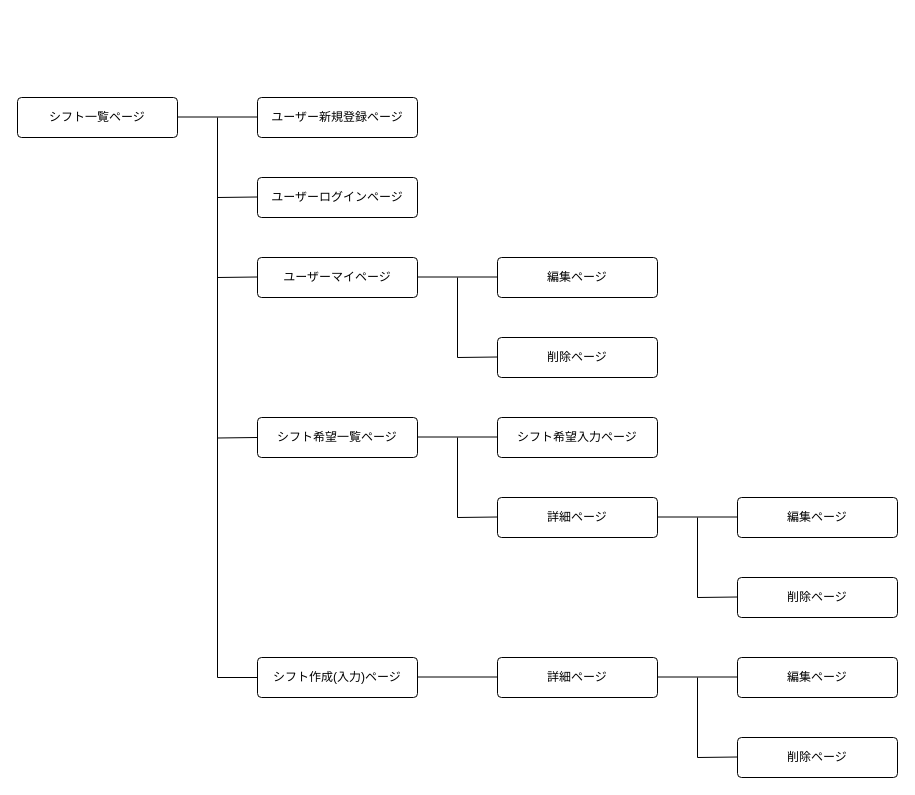
graphite01/waps keeps this draw.io diagram as waps_画面遷移図.dio. Above is the earlier version. Source tidied: cells renumbered, new cells numbered last; positions are measured from the earlier drawing's top-left corner, leaving out a move shared by most shapes. Both pictures are drawn from the tidied source at 100%, with x=0, y=0 at pixel (17, 97).
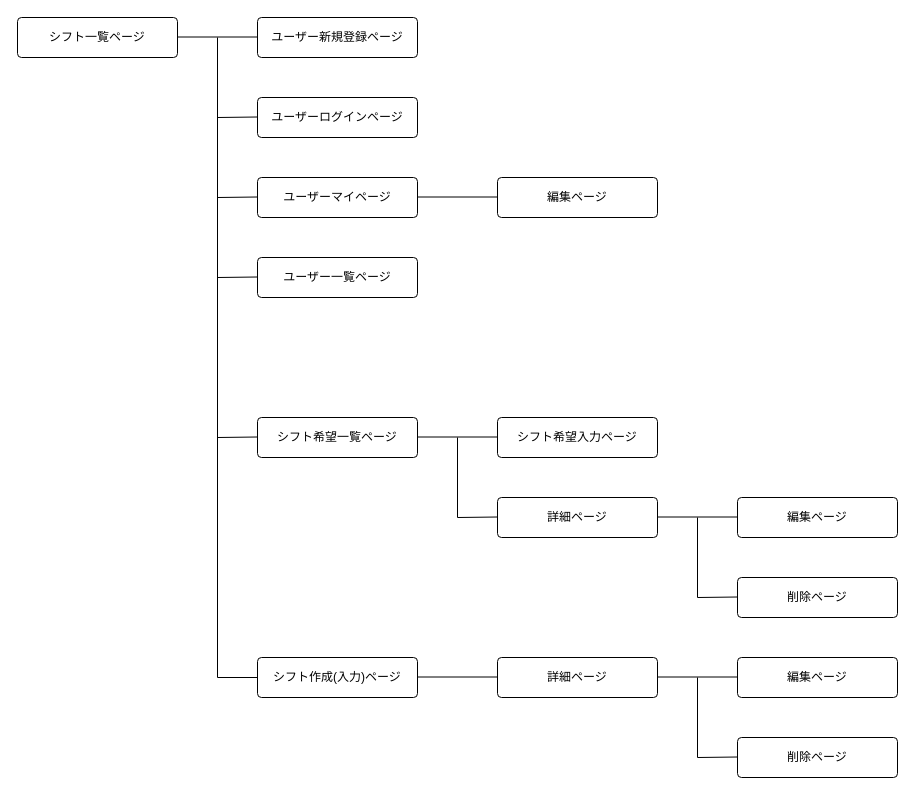
Above is the later version.

Unchanged cells that the change refers to:
```xml
<mxCell id="24" value="シフト作成(入力)ページ" style="rounded=1;arcSize=10;whiteSpace=wrap;html=1;align=center;" parent="1" vertex="1">
  <mxGeometry x="240" y="560" width="160" height="40" as="geometry" />
</mxCell>
```

The edit, as a diff of the source:
```diff
@@
     <mxCell id="2" value="ユーザー新規登録ページ" style="rounded=1;arcSize=10;whiteSpace=wrap;html=1;align=center;" parent="1" vertex="1">
-      <mxGeometry x="240" width="160" height="40" as="geometry" />
+      <mxGeometry x="240" y="-80" width="160" height="40" as="geometry" />
     </mxCell>
     <mxCell id="3" value="ユーザーログインページ" style="rounded=1;arcSize=10;whiteSpace=wrap;html=1;align=center;" parent="1" vertex="1">
-      <mxGeometry x="240" y="80" width="160" height="40" as="geometry" />
+      <mxGeometry x="240" width="160" height="40" as="geometry" />
     </mxCell>
     <mxCell id="4" value="シフト一覧ページ" style="rounded=1;arcSize=10;whiteSpace=wrap;html=1;align=center;" parent="1" vertex="1">
-      <mxGeometry width="160" height="40" as="geometry" />
+      <mxGeometry y="-80" width="160" height="40" as="geometry" />
     </mxCell>
     <mxCell id="5" value="ユーザーマイページ" style="rounded=1;arcSize=10;whiteSpace=wrap;html=1;align=center;" parent="1" vertex="1">
-      <mxGeometry x="240" y="160" width="160" height="40" as="geometry" />
+      <mxGeometry x="240" y="80" width="160" height="40" as="geometry" />
     </mxCell>
@@
     <mxCell id="9" value="編集ページ" style="rounded=1;arcSize=10;whiteSpace=wrap;html=1;align=center;" parent="1" vertex="1">
-      <mxGeometry x="480" y="160" width="160" height="40" as="geometry" />
+      <mxGeometry x="480" y="80" width="160" height="40" as="geometry" />
     </mxCell>
-    <mxCell id="10" value="削除ページ" style="rounded=1;arcSize=10;whiteSpace=wrap;html=1;align=center;" parent="1" vertex="1">
-      <mxGeometry x="480" y="240" width="160" height="40" as="geometry" />
-    </mxCell>
     <mxCell id="11" style="endArrow=none;html=1;rounded=0;" parent="1" edge="1">
       <mxGeometry relative="1" as="geometry">
-        <mxPoint x="160" y="19.5" as="sourcePoint" />
-        <mxPoint x="240" y="19.5" as="targetPoint" />
+        <mxPoint x="160" y="-60.5" as="sourcePoint" />
+        <mxPoint x="240" y="-60.5" as="targetPoint" />
       </mxGeometry>
     </mxCell>
     <mxCell id="12" style="endArrow=none;html=1;rounded=0;" parent="1" edge="1">
       <mxGeometry relative="1" as="geometry">
-        <mxPoint x="400" y="179.5" as="sourcePoint" />
-        <mxPoint x="480" y="179.5" as="targetPoint" />
+        <mxPoint x="400" y="99.5" as="sourcePoint" />
+        <mxPoint x="480" y="99.5" as="targetPoint" />
       </mxGeometry>
     </mxCell>
@@
     <mxCell id="14" style="endArrow=none;html=1;rounded=0;entryX=0;entryY=0.5;entryDx=0;entryDy=0;" parent="1" edge="1" target="24">
       <mxGeometry relative="1" as="geometry">
-        <mxPoint x="200" y="20" as="sourcePoint" />
+        <mxPoint x="200" y="-60" as="sourcePoint" />
         <Array as="points">
           <mxPoint x="200" y="580" />
         </Array>
       </mxGeometry>
     </mxCell>
     <mxCell id="15" style="endArrow=none;html=1;rounded=0;" parent="1" edge="1">
       <mxGeometry relative="1" as="geometry">
-        <mxPoint x="200" y="100" as="sourcePoint" />
-        <mxPoint x="240" y="99.5" as="targetPoint" />
+        <mxPoint x="200" y="20" as="sourcePoint" />
+        <mxPoint x="240" y="19.5" as="targetPoint" />
       </mxGeometry>
     </mxCell>
-    <mxCell id="16" style="endArrow=none;html=1;rounded=0;" parent="1" edge="1">
-      <mxGeometry relative="1" as="geometry">
-        <mxPoint x="440" y="180" as="sourcePoint" />
-        <mxPoint x="480" y="259.5" as="targetPoint" />
-        <Array as="points">
-          <mxPoint x="440" y="260" />
-        </Array>
-      </mxGeometry>
-    </mxCell>
     <mxCell id="17" style="endArrow=none;html=1;rounded=0;" parent="1" edge="1">
       <mxGeometry relative="1" as="geometry">
-        <mxPoint x="200" y="180" as="sourcePoint" />
-        <mxPoint x="240" y="179.5" as="targetPoint" />
+        <mxPoint x="200" y="100" as="sourcePoint" />
+        <mxPoint x="240" y="99.5" as="targetPoint" />
       </mxGeometry>
     </mxCell>
     <mxCell id="18" style="endArrow=none;html=1;rounded=0;" parent="1" edge="1">
       <mxGeometry relative="1" as="geometry">
-        <mxPoint x="200" y="340.5" as="sourcePoint" />
-        <mxPoint x="240" y="340" as="targetPoint" />
+        <mxPoint x="200" y="180" as="sourcePoint" />
+        <mxPoint x="240" y="179.5" as="targetPoint" />
       </mxGeometry>
     </mxCell>
@@
+    <mxCell id="31" value="ユーザー一覧ページ" style="rounded=1;arcSize=10;whiteSpace=wrap;html=1;align=center;" parent="1" vertex="1">
+      <mxGeometry x="240" y="160" width="160" height="40" as="geometry" />
+    </mxCell>
+    <mxCell id="32" style="endArrow=none;html=1;rounded=0;" parent="1" edge="1">
+      <mxGeometry relative="1" as="geometry">
+        <mxPoint x="200" y="340" as="sourcePoint" />
+        <mxPoint x="240" y="339.5" as="targetPoint" />
+      </mxGeometry>
+    </mxCell>
```
